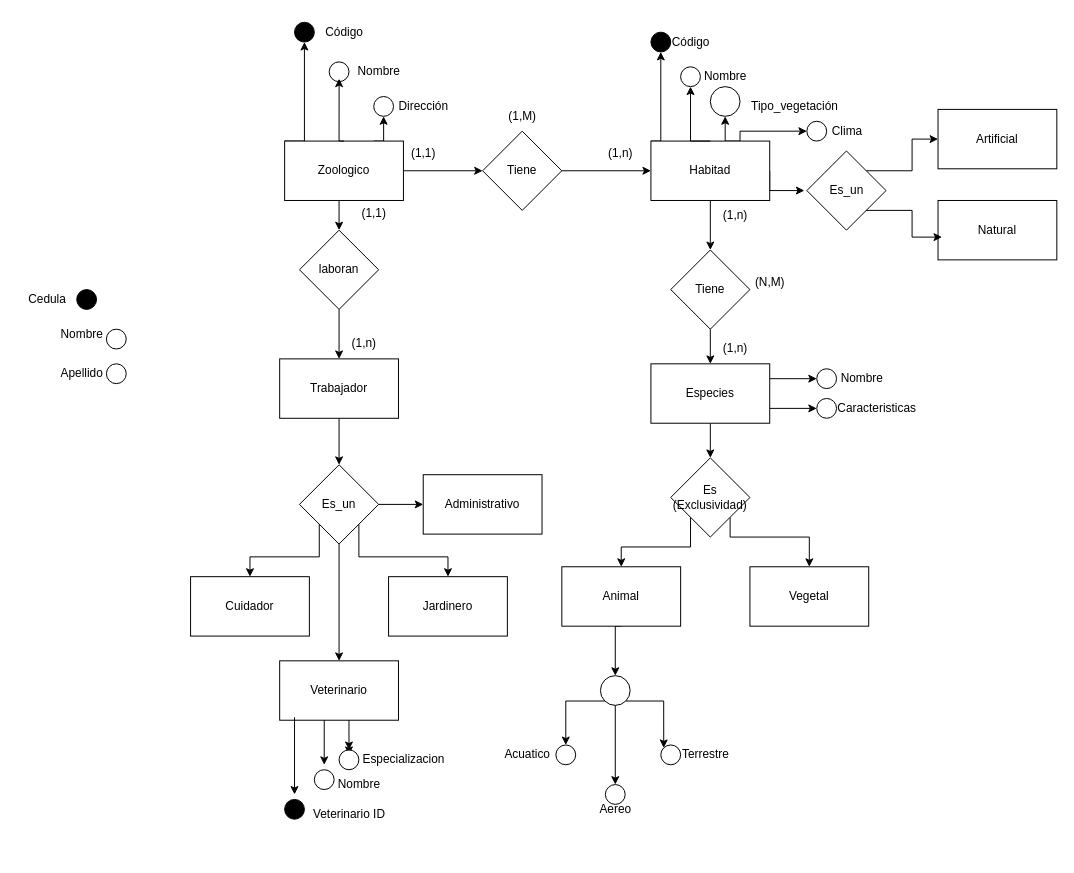
Above: Zoologico.drawio in JulianBurgos03/Base-de-datos (draw.io), before the change. Source tidied: cells renumbered, new cells numbered last; positions are measured from the earlier drawing's top-left corner, leaving out a move shared by most shapes. Both pictures are drawn from the tidied source at 99%, with x=0, y=0 at pixel (17, 17).
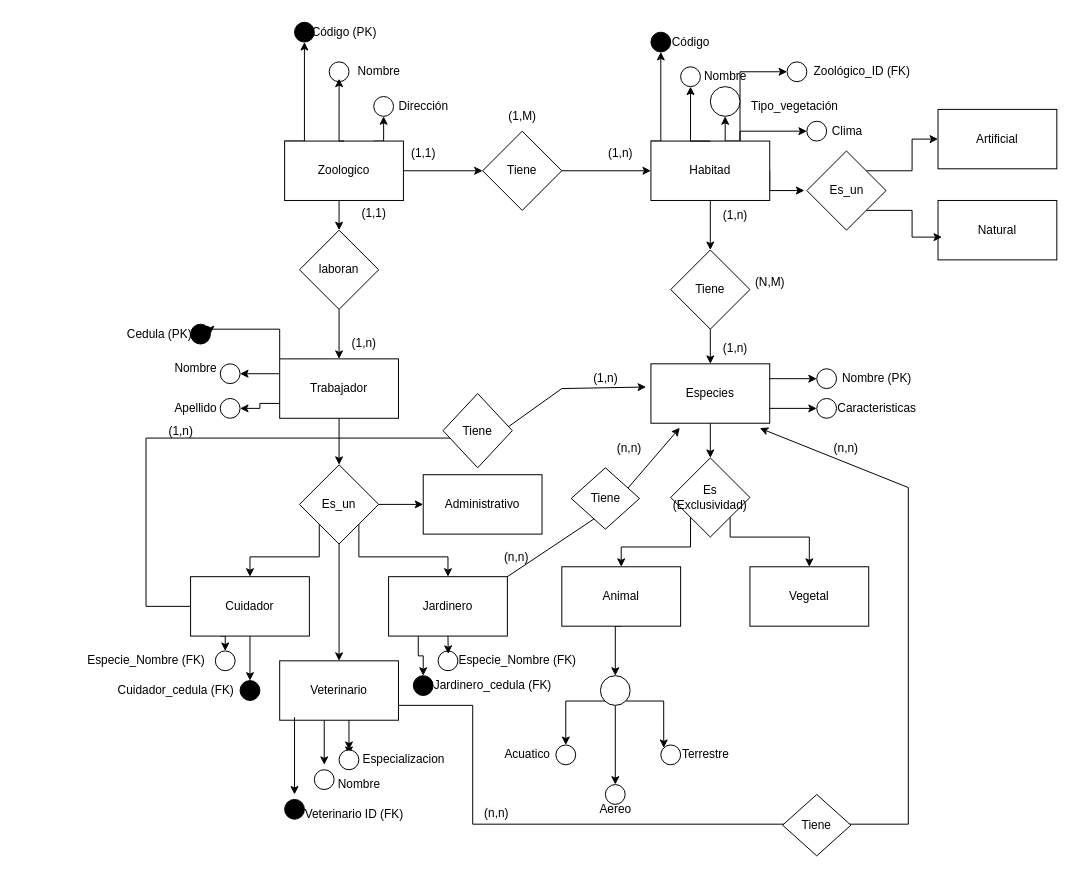
The same page after the edit.

The change refers to these unchanged cells:
```xml
<mxCell id="12" value="Habitad" style="rounded=0;whiteSpace=wrap;html=1;" parent="1" vertex="1">
  <mxGeometry x="640" y="125" width="120" height="60" as="geometry" />
</mxCell>
<mxCell id="18" value="Especies" style="rounded=0;whiteSpace=wrap;html=1;" parent="1" vertex="1">
  <mxGeometry x="640" y="350" width="120" height="60" as="geometry" />
</mxCell>
<mxCell id="20" value="Trabajador" style="rounded=0;whiteSpace=wrap;html=1;" parent="1" vertex="1">
  <mxGeometry x="265" y="345" width="120" height="60" as="geometry" />
</mxCell>
<mxCell id="81" value="Cuidador" style="rounded=0;whiteSpace=wrap;html=1;" parent="1" vertex="1">
  <mxGeometry x="175" y="565" width="120" height="60" as="geometry" />
</mxCell>
<mxCell id="82" value="Jardinero" style="rounded=0;whiteSpace=wrap;html=1;" parent="1" vertex="1">
  <mxGeometry x="375" y="565" width="120" height="60" as="geometry" />
</mxCell>
```

Diff of the diagram source:
```diff
@@
+    <mxCell id="99" style="edgeStyle=orthogonalEdgeStyle;rounded=0;jettySize=auto;html=1;exitX=0.75;exitY=0;exitDx=0;exitDy=0;entryX=0;entryY=0.5;entryDx=0;entryDy=0;" parent="1" edge="1" source="12" target="127">
+      <mxGeometry relative="1" as="geometry" />
+    </mxCell>
@@
+    <mxCell id="100" style="edgeStyle=orthogonalEdgeStyle;rounded=0;jettySize=auto;html=1;exitX=0;exitY=0.75;exitDx=0;exitDy=0;entryX=1;entryY=0.5;entryDx=0;entryDy=0;" parent="1" edge="1" source="20" target="87">
+      <mxGeometry relative="1" as="geometry" />
+    </mxCell>
+    <mxCell id="101" style="edgeStyle=orthogonalEdgeStyle;rounded=0;jettySize=auto;html=1;exitX=0;exitY=0.25;exitDx=0;exitDy=0;entryX=1;entryY=0.5;entryDx=0;entryDy=0;" parent="1" edge="1" source="20" target="85">
+      <mxGeometry relative="1" as="geometry" />
+    </mxCell>
+    <mxCell id="102" style="edgeStyle=orthogonalEdgeStyle;rounded=0;jettySize=auto;html=1;exitX=0;exitY=0;exitDx=0;exitDy=0;entryX=1;entryY=0.5;entryDx=0;entryDy=0;" parent="1" edge="1" source="20" target="83">
+      <mxGeometry relative="1" as="geometry">
+        <Array as="points">
+          <mxPoint x="265" y="315" />
+          <mxPoint x="195" y="315" />
+        </Array>
+      </mxGeometry>
+    </mxCell>
@@
-    <mxCell id="22" value="Código" style="text;html=1;align=center;verticalAlign=middle;strokeColor=none;fillColor=none;" parent="1" vertex="1">
-      <mxGeometry x="300" width="60" height="30" as="geometry" />
+    <mxCell id="22" value="Código (PK)" style="text;html=1;align=center;verticalAlign=middle;strokeColor=none;fillColor=none;" parent="1" vertex="1">
+      <mxGeometry x="285" width="90" height="30" as="geometry" />
     </mxCell>
@@
-    <mxCell id="45" value="Nombre" style="text;html=1;align=center;verticalAlign=middle;strokeColor=none;fillColor=none;" parent="1" vertex="1">
-      <mxGeometry x="817.5" y="350" width="70" height="30" as="geometry" />
+    <mxCell id="45" value="Nombre (PK)" style="text;html=1;align=center;verticalAlign=middle;strokeColor=none;fillColor=none;" parent="1" vertex="1">
+      <mxGeometry x="822.5" y="350" width="90" height="30" as="geometry" />
     </mxCell>
@@
+    <mxCell id="103" style="edgeStyle=orthogonalEdgeStyle;rounded=0;jettySize=auto;html=1;exitX=0.5;exitY=1;exitDx=0;exitDy=0;entryX=0.5;entryY=0;entryDx=0;entryDy=0;" parent="1" edge="1" source="81" target="125">
+      <mxGeometry relative="1" as="geometry" />
+    </mxCell>
+    <mxCell id="104" style="edgeStyle=orthogonalEdgeStyle;rounded=0;jettySize=auto;html=1;exitX=0.25;exitY=1;exitDx=0;exitDy=0;entryX=0.5;entryY=0;entryDx=0;entryDy=0;" parent="1" edge="1" source="81" target="126">
+      <mxGeometry relative="1" as="geometry" />
+    </mxCell>
@@
+    <mxCell id="105" style="edgeStyle=orthogonalEdgeStyle;rounded=0;jettySize=auto;html=1;exitX=0.25;exitY=1;exitDx=0;exitDy=0;entryX=0.5;entryY=0;entryDx=0;entryDy=0;" parent="1" edge="1" source="82" target="119">
+      <mxGeometry relative="1" as="geometry" />
+    </mxCell>
@@
     <mxCell id="83" style="ellipse;whiteSpace=wrap;html=1;fillColor=#000000;" parent="1" vertex="1">
-      <mxGeometry x="60" y="275" width="20" height="20" as="geometry" />
+      <mxGeometry x="175" y="310" width="20" height="20" as="geometry" />
     </mxCell>
     <mxCell id="84" value="Nombre" style="text;html=1;align=center;verticalAlign=middle;strokeColor=none;fillColor=none;" parent="1" vertex="1">
-      <mxGeometry x="30" y="305" width="70" height="30" as="geometry" />
+      <mxGeometry x="145" y="340" width="70" height="30" as="geometry" />
     </mxCell>
     <mxCell id="85" style="ellipse;whiteSpace=wrap;html=1;fillColor=#FFFFFF;fontStyle=1;" parent="1" vertex="1">
-      <mxGeometry x="90" y="315" width="20" height="20" as="geometry" />
+      <mxGeometry x="205" y="350" width="20" height="20" as="geometry" />
     </mxCell>
-    <mxCell id="86" value="Cedula" style="text;html=1;align=center;verticalAlign=middle;strokeColor=none;fillColor=none;" parent="1" vertex="1">
-      <mxGeometry y="270" width="60" height="30" as="geometry" />
+    <mxCell id="86" value="Cedula (PK)&amp;nbsp;" style="text;html=1;align=center;verticalAlign=middle;strokeColor=none;fillColor=none;" parent="1" vertex="1">
+      <mxGeometry x="100" y="305" width="90" height="30" as="geometry" />
     </mxCell>
     <mxCell id="87" style="ellipse;whiteSpace=wrap;html=1;fillColor=#FFFFFF;" parent="1" vertex="1">
-      <mxGeometry x="90" y="350" width="20" height="20" as="geometry" />
+      <mxGeometry x="205" y="385" width="20" height="20" as="geometry" />
     </mxCell>
     <mxCell id="88" value="Apellido" style="text;html=1;align=center;verticalAlign=middle;strokeColor=none;fillColor=none;" parent="1" vertex="1">
-      <mxGeometry x="30" y="345" width="70" height="30" as="geometry" />
+      <mxGeometry x="145" y="380" width="70" height="30" as="geometry" />
     </mxCell>
@@
-    <mxCell id="96" value="Veterinario ID" style="text;html=1;align=center;verticalAlign=middle;strokeColor=none;fillColor=none;" parent="1" vertex="1">
-      <mxGeometry x="285" y="790" width="100" height="30" as="geometry" />
+    <mxCell id="96" value="Veterinario ID (FK)" style="text;html=1;align=center;verticalAlign=middle;strokeColor=none;fillColor=none;" parent="1" vertex="1">
+      <mxGeometry x="280" y="790" width="120" height="30" as="geometry" />
     </mxCell>
@@
+    <mxCell id="106" style="endArrow=classic;html=1;rounded=0;exitX=0;exitY=0.5;exitDx=0;exitDy=0;entryX=-0.041;entryY=0.39;entryDx=0;entryDy=0;entryPerimeter=0;" parent="1" edge="1" source="81" target="18">
+      <mxGeometry relative="1" as="geometry">
+        <Array as="points">
+          <mxPoint x="130" y="595" />
+          <mxPoint x="130" y="425" />
+          <mxPoint x="480" y="425" />
+          <mxPoint x="550" y="375" />
+        </Array>
+      </mxGeometry>
+    </mxCell>
+    <mxCell id="107" value="Tiene" style="rhombus;whiteSpace=wrap;html=1;" parent="1" vertex="1">
+      <mxGeometry x="430" y="380" width="70" height="75" as="geometry" />
+    </mxCell>
+    <mxCell id="108" value="(1,n)" style="text;html=1;align=center;verticalAlign=middle;strokeColor=none;fillColor=none;" parent="1" vertex="1">
+      <mxGeometry x="140" y="402.5" width="50" height="30" as="geometry" />
+    </mxCell>
+    <mxCell id="109" value="(1,n)" style="text;html=1;align=center;verticalAlign=middle;strokeColor=none;fillColor=none;" parent="1" vertex="1">
+      <mxGeometry x="569" y="350" width="50" height="30" as="geometry" />
+    </mxCell>
+    <mxCell id="110" style="endArrow=classic;html=1;rounded=0;exitX=1;exitY=0;exitDx=0;exitDy=0;entryX=0.243;entryY=1.077;entryDx=0;entryDy=0;entryPerimeter=0;" parent="1" edge="1" source="82" target="18">
+      <mxGeometry relative="1" as="geometry">
+        <Array as="points">
+          <mxPoint x="600" y="495" />
+        </Array>
+      </mxGeometry>
+    </mxCell>
+    <mxCell id="111" value="Tiene" style="rhombus;whiteSpace=wrap;html=1;" parent="1" vertex="1">
+      <mxGeometry x="559.5" y="455" width="69" height="62" as="geometry" />
+    </mxCell>
+    <mxCell id="112" value="&lt;span style=&quot;color: rgb(0, 0, 0); font-family: Helvetica; font-size: 12px; font-style: normal; font-variant-ligatures: normal; font-variant-caps: normal; font-weight: 400; letter-spacing: normal; orphans: 2; text-align: center; text-indent: 0px; text-transform: none; widows: 2; word-spacing: 0px; -webkit-text-stroke-width: 0px; white-space: nowrap; background-color: rgb(251, 251, 251); text-decoration-thickness: initial; text-decoration-style: initial; text-decoration-color: initial; display: inline !important; float: none;&quot;&gt;(n&lt;/span&gt;&lt;span style=&quot;text-align: center; text-wrap: nowrap;&quot;&gt;,n)&lt;/span&gt;" style="text;whiteSpace=wrap;html=1;" parent="1" vertex="1">
+      <mxGeometry x="490" y="532" width="60" height="40" as="geometry" />
+    </mxCell>
+    <mxCell id="113" value="&lt;span style=&quot;color: rgb(0, 0, 0); font-family: Helvetica; font-size: 12px; font-style: normal; font-variant-ligatures: normal; font-variant-caps: normal; font-weight: 400; letter-spacing: normal; orphans: 2; text-align: center; text-indent: 0px; text-transform: none; widows: 2; word-spacing: 0px; -webkit-text-stroke-width: 0px; white-space: nowrap; background-color: rgb(251, 251, 251); text-decoration-thickness: initial; text-decoration-style: initial; text-decoration-color: initial; display: inline !important; float: none;&quot;&gt;(n&lt;/span&gt;&lt;span style=&quot;text-align: center; text-wrap: nowrap;&quot;&gt;,n)&lt;/span&gt;" style="text;whiteSpace=wrap;html=1;" parent="1" vertex="1">
+      <mxGeometry x="604" y="422" width="30" height="23" as="geometry" />
+    </mxCell>
+    <mxCell id="114" style="endArrow=classic;html=1;rounded=0;" parent="1" edge="1">
+      <mxGeometry relative="1" as="geometry">
+        <mxPoint x="385" y="695" as="sourcePoint" />
+        <mxPoint x="750" y="415" as="targetPoint" />
+        <Array as="points">
+          <mxPoint x="460" y="695" />
+          <mxPoint x="460" y="815" />
+          <mxPoint x="900" y="815" />
+          <mxPoint x="900" y="475" />
+        </Array>
+      </mxGeometry>
+    </mxCell>
+    <mxCell id="115" value="Tiene" style="rhombus;whiteSpace=wrap;html=1;" parent="1" vertex="1">
+      <mxGeometry x="773" y="785" width="69" height="62" as="geometry" />
+    </mxCell>
+    <mxCell id="116" value="&lt;span style=&quot;color: rgb(0, 0, 0); font-family: Helvetica; font-size: 12px; font-style: normal; font-variant-ligatures: normal; font-variant-caps: normal; font-weight: 400; letter-spacing: normal; orphans: 2; text-align: center; text-indent: 0px; text-transform: none; widows: 2; word-spacing: 0px; -webkit-text-stroke-width: 0px; white-space: nowrap; background-color: rgb(251, 251, 251); text-decoration-thickness: initial; text-decoration-style: initial; text-decoration-color: initial; display: inline !important; float: none;&quot;&gt;(n&lt;/span&gt;&lt;span style=&quot;text-align: center; text-wrap: nowrap;&quot;&gt;,n)&lt;/span&gt;" style="text;whiteSpace=wrap;html=1;" parent="1" vertex="1">
+      <mxGeometry x="470" y="790" width="60" height="40" as="geometry" />
+    </mxCell>
+    <mxCell id="117" value="&lt;span style=&quot;color: rgb(0, 0, 0); font-family: Helvetica; font-size: 12px; font-style: normal; font-variant-ligatures: normal; font-variant-caps: normal; font-weight: 400; letter-spacing: normal; orphans: 2; text-align: center; text-indent: 0px; text-transform: none; widows: 2; word-spacing: 0px; -webkit-text-stroke-width: 0px; white-space: nowrap; background-color: rgb(251, 251, 251); text-decoration-thickness: initial; text-decoration-style: initial; text-decoration-color: initial; display: inline !important; float: none;&quot;&gt;(n&lt;/span&gt;&lt;span style=&quot;text-align: center; text-wrap: nowrap;&quot;&gt;,n)&lt;/span&gt;" style="text;whiteSpace=wrap;html=1;" parent="1" vertex="1">
+      <mxGeometry x="822.5" y="422" width="60" height="40" as="geometry" />
+    </mxCell>
+    <mxCell id="118" value="Jardinero_cedula (FK)" style="text;html=1;align=center;verticalAlign=middle;strokeColor=none;fillColor=none;" parent="1" vertex="1">
+      <mxGeometry x="410" y="660" width="140" height="30" as="geometry" />
+    </mxCell>
+    <mxCell id="119" style="ellipse;whiteSpace=wrap;html=1;fillColor=#000000;" parent="1" vertex="1">
+      <mxGeometry x="400" y="665" width="20" height="20" as="geometry" />
+    </mxCell>
+    <mxCell id="120" style="ellipse;whiteSpace=wrap;html=1;fillColor=#FFFFFF;fontStyle=1;" parent="1" vertex="1">
+      <mxGeometry x="425" y="640" width="20" height="20" as="geometry" />
+    </mxCell>
+    <mxCell id="121" value="Especie_Nombre (FK)" style="text;html=1;align=center;verticalAlign=middle;points=[];strokeColor=none;fillColor=none;" parent="1" vertex="1">
+      <mxGeometry x="435" y="635" width="140" height="30" as="geometry" />
+    </mxCell>
+    <mxCell id="122" style="edgeStyle=orthogonalEdgeStyle;rounded=0;jettySize=auto;html=1;exitX=0.5;exitY=1;exitDx=0;exitDy=0;entryX=0.002;entryY=0.263;entryDx=0;entryDy=0;entryPerimeter=0;" parent="1" edge="1" source="82" target="121">
+      <mxGeometry relative="1" as="geometry" />
+    </mxCell>
+    <mxCell id="123" value="Cuidador_cedula (FK)" style="text;html=1;align=center;verticalAlign=middle;strokeColor=none;fillColor=none;" parent="1" vertex="1">
+      <mxGeometry x="90" y="665" width="140" height="30" as="geometry" />
+    </mxCell>
+    <mxCell id="124" value="Especie_Nombre (FK)" style="text;html=1;align=center;verticalAlign=middle;strokeColor=none;fillColor=none;" parent="1" vertex="1">
+      <mxGeometry x="60" y="635" width="140" height="30" as="geometry" />
+    </mxCell>
+    <mxCell id="125" style="ellipse;whiteSpace=wrap;html=1;fillColor=#000000;" parent="1" vertex="1">
+      <mxGeometry x="225" y="670" width="20" height="20" as="geometry" />
+    </mxCell>
+    <mxCell id="126" style="ellipse;whiteSpace=wrap;html=1;fillColor=#FFFFFF;fontStyle=1;" parent="1" vertex="1">
+      <mxGeometry x="200" y="640" width="20" height="20" as="geometry" />
+    </mxCell>
+    <mxCell id="127" style="ellipse;whiteSpace=wrap;html=1;fillColor=#FFFFFF;" parent="1" vertex="1">
+      <mxGeometry x="777.5" y="45" width="20" height="20" as="geometry" />
+    </mxCell>
+    <mxCell id="128" value="Zoológico_ID (FK)" style="text;html=1;align=center;verticalAlign=middle;strokeColor=none;fillColor=none;" parent="1" vertex="1">
+      <mxGeometry x="792.5" y="40" width="120" height="30" as="geometry" />
+    </mxCell>
```
